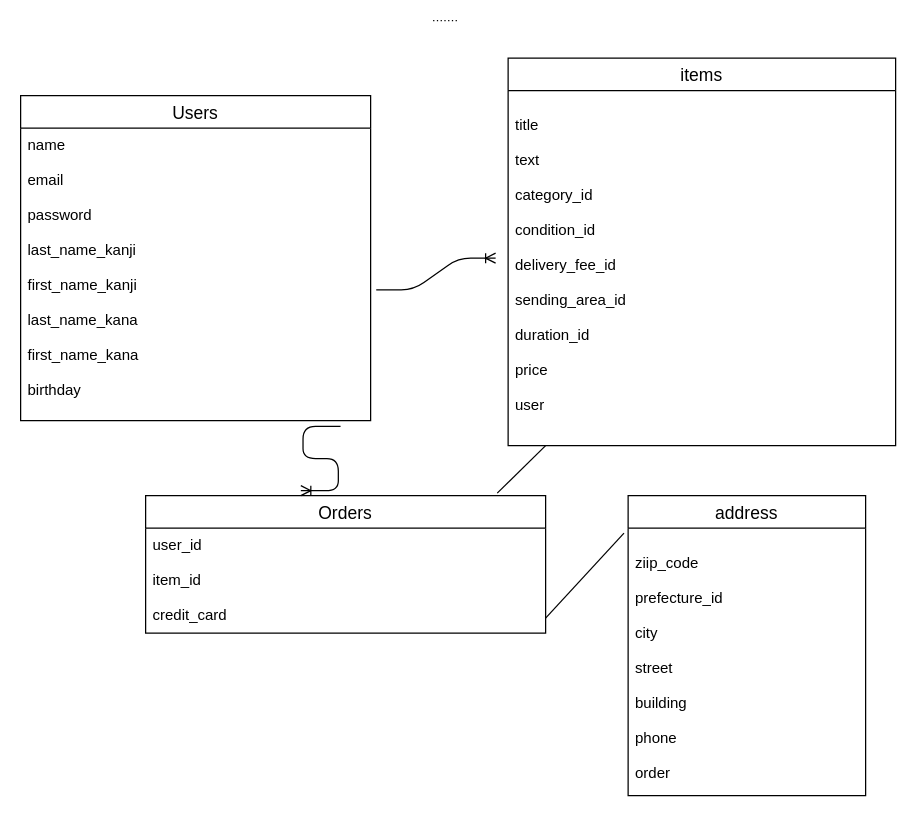
Before: furima.dio in katooomi/furima-36235, a draw.io diagram. Source tidied: cells renumbered, new cells numbered last; positions are measured from the earlier drawing's top-left corner, leaving out a move shared by most shapes. Both pictures are drawn from the tidied source at 125%, with x=0, y=0 at pixel (20, 20).
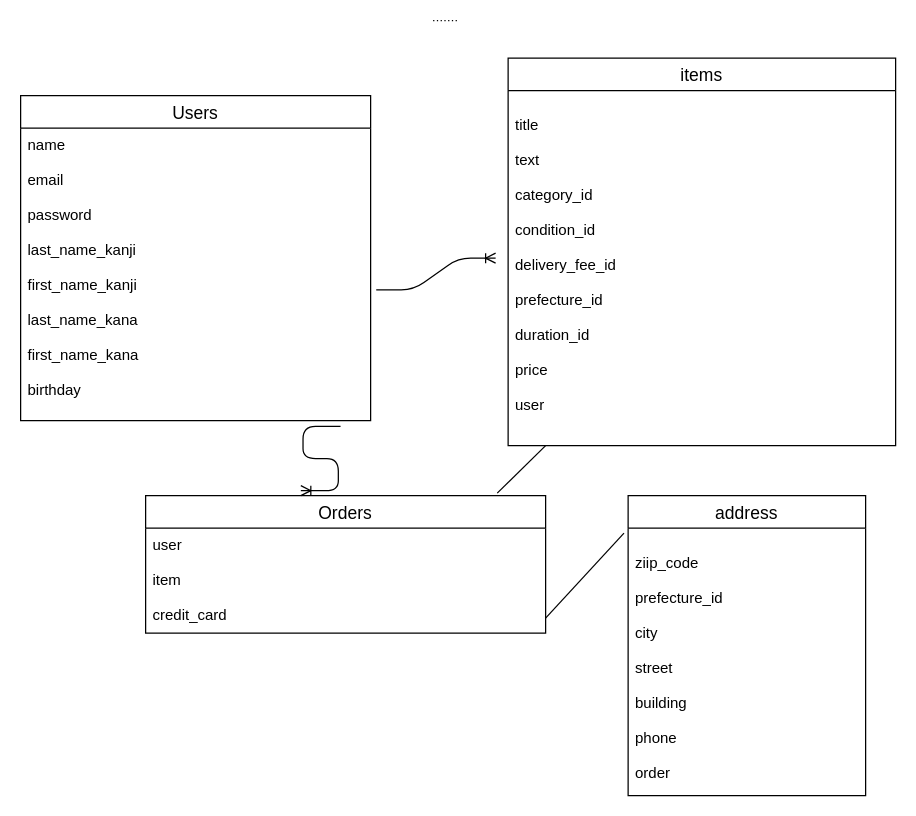
After the change.

Diff of the diagram source:
```diff
@@
 <mxGraphModel>
   <root>
     <mxCell id="0" />
     <mxCell id="1" parent="0" />
     <mxCell id="2" value="Users" style="swimlane;fontStyle=0;horizontal=1;startSize=26;align=center;fontSize=14;" parent="1" vertex="1">
       <mxGeometry y="60" width="280" height="260" as="geometry" />
     </mxCell>
     <mxCell id="3" value="name&#10;&#10;email&#10;&#10;password&#10;&#10;last_name_kanji&#10;&#10;first_name_kanji&#10;&#10;last_name_kana&#10;&#10;first_name_kana&#10;&#10;birthday&#10;&#10;" style="text;strokeColor=none;fillColor=none;spacingLeft=4;spacingRight=4;overflow=hidden;points=[[0,0.5],[1,0.5]];portConstraint=eastwest;fontSize=12;" parent="2" vertex="1">
       <mxGeometry y="26" width="280" height="234" as="geometry" />
     </mxCell>
     <mxCell id="4" value="items" style="swimlane;fontStyle=0;horizontal=1;startSize=26;align=center;fontSize=14;" parent="1" vertex="1">
       <mxGeometry x="390" y="30" width="310" height="310" as="geometry" />
     </mxCell>
-    <mxCell id="5" value="&#10;title&#10;&#10;text&#10;&#10;category_id&#10;&#10;condition_id&#10;&#10;delivery_fee_id&#10;&#10;sending_area_id&#10;&#10;duration_id&#10;&#10;price&#10;&#10;user&#10;&#10;" style="text;strokeColor=none;fillColor=none;spacingLeft=4;spacingRight=4;overflow=hidden;fontSize=12;" parent="4" vertex="1">
+    <mxCell id="5" value="&#10;title&#10;&#10;text&#10;&#10;category_id&#10;&#10;condition_id&#10;&#10;delivery_fee_id&#10;&#10;prefecture_id&#10;&#10;duration_id&#10;&#10;price&#10;&#10;user&#10;&#10;" style="text;strokeColor=none;fillColor=none;spacingLeft=4;spacingRight=4;overflow=hidden;fontSize=12;" parent="4" vertex="1">
       <mxGeometry y="26" width="310" height="284" as="geometry" />
     </mxCell>
     <mxCell id="6" value="Orders" style="swimlane;fontStyle=0;horizontal=1;startSize=26;align=center;fontSize=14;" parent="1" vertex="1">
       <mxGeometry x="100" y="380" width="320" height="110" as="geometry" />
     </mxCell>
-    <mxCell id="7" value="user_id&#10;&#10;item_id&#10;&#10;credit_card" style="text;strokeColor=none;fillColor=none;spacingLeft=4;spacingRight=4;overflow=hidden;fontSize=12;" parent="6" vertex="1">
+    <mxCell id="7" value="user&#10;&#10;item&#10;&#10;credit_card" style="text;strokeColor=none;fillColor=none;spacingLeft=4;spacingRight=4;overflow=hidden;fontSize=12;" parent="6" vertex="1">
       <mxGeometry y="26" width="320" height="84" as="geometry" />
     </mxCell>
     <mxCell id="8" value="address" style="swimlane;fontStyle=0;horizontal=1;startSize=26;align=center;fontSize=14;" parent="1" vertex="1">
       <mxGeometry x="486" y="380" width="190" height="240" as="geometry" />
     </mxCell>
     <mxCell id="9" value="&#10;ziip_code&#10;&#10;prefecture_id&#10;&#10;city&#10;&#10;street&#10;&#10;building&#10;&#10;phone&#10;&#10;order&#10;&#10;" style="text;strokeColor=none;fillColor=none;spacingLeft=4;spacingRight=4;overflow=hidden;fontSize=12;" parent="8" vertex="1">
       <mxGeometry y="26" width="190" height="214" as="geometry" />
     </mxCell>
     <mxCell id="10" style="edgeStyle=entityRelationEdgeStyle;fontSize=12;html=1;endArrow=ERoneToMany;exitX=1.016;exitY=0.553;exitDx=0;exitDy=0;exitPerimeter=0;" parent="1" edge="1" source="3">
       <mxGeometry relative="1" as="geometry">
         <mxPoint x="380" y="190" as="targetPoint" />
       </mxGeometry>
     </mxCell>
     <mxCell id="11" style="endArrow=none;html=1;rounded=0;exitX=0.879;exitY=-0.018;exitDx=0;exitDy=0;exitPerimeter=0;" parent="1" edge="1" source="6">
       <mxGeometry relative="1" as="geometry">
         <mxPoint x="420" y="340" as="targetPoint" />
       </mxGeometry>
     </mxCell>
     <mxCell id="12" style="edgeStyle=entityRelationEdgeStyle;fontSize=12;html=1;endArrow=ERoneToMany;entryX=0.388;entryY=-0.036;entryDx=0;entryDy=0;entryPerimeter=0;exitX=0.914;exitY=1.02;exitDx=0;exitDy=0;exitPerimeter=0;" parent="1" edge="1" source="3" target="6">
       <mxGeometry relative="1" as="geometry" />
     </mxCell>
     <mxCell id="13" style="endArrow=none;html=1;rounded=0;dashed=1;dashPattern=1 2;" parent="1" edge="1">
       <mxGeometry relative="1" as="geometry">
         <mxPoint x="330" as="sourcePoint" />
         <mxPoint x="350" as="targetPoint" />
       </mxGeometry>
     </mxCell>
     <mxCell id="14" style="endArrow=none;html=1;rounded=0;exitX=0.879;exitY=-0.018;exitDx=0;exitDy=0;exitPerimeter=0;" parent="1" edge="1">
       <mxGeometry relative="1" as="geometry">
         <mxPoint x="420" y="478" as="sourcePoint" />
         <mxPoint x="482.7" y="410" as="targetPoint" />
       </mxGeometry>
     </mxCell>
   </root>
 </mxGraphModel>
```
